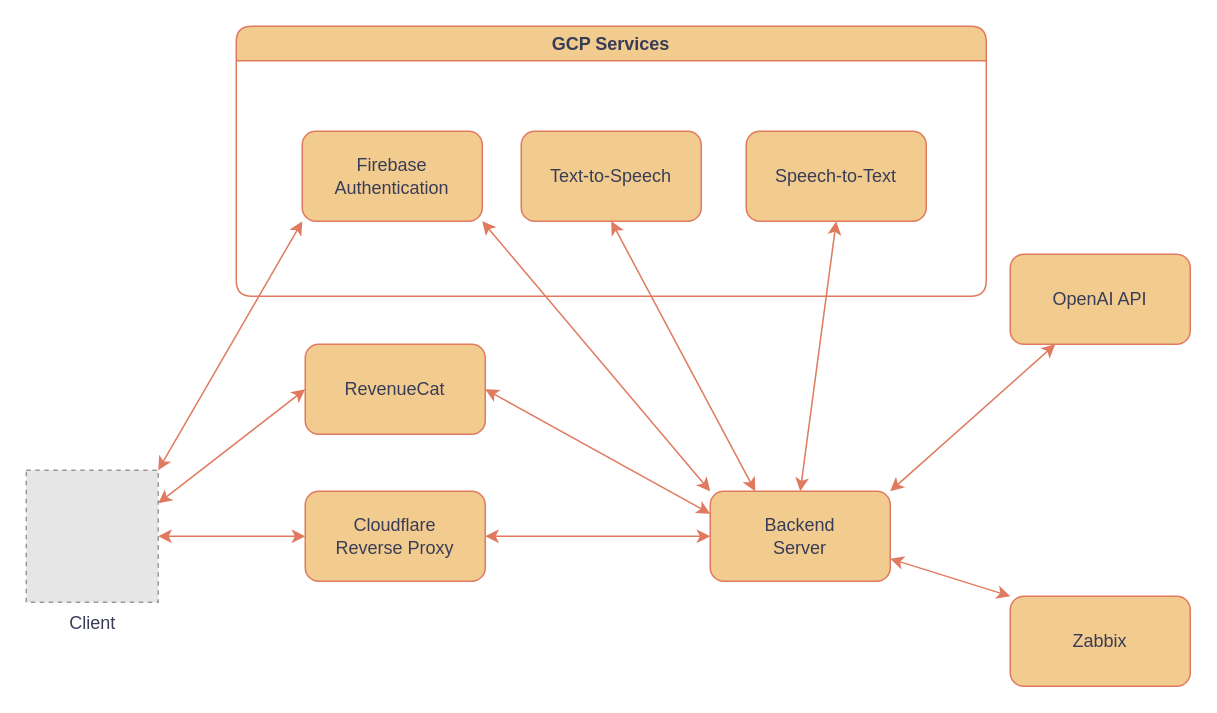
This is docs/my_applications/AI_Voice_Talk/architecture.drawio from RYO1223/resume, a draw.io file, before an edit. Source tidied: cells renumbered, new cells numbered last; positions are measured from the earlier drawing's top-left corner, leaving out a move shared by most shapes. Both pictures are drawn from the tidied source at 150%, with x=0, y=0 at pixel (26, 26). Pictures stored in the file or linked from it are replaced by grey dashed boxes.
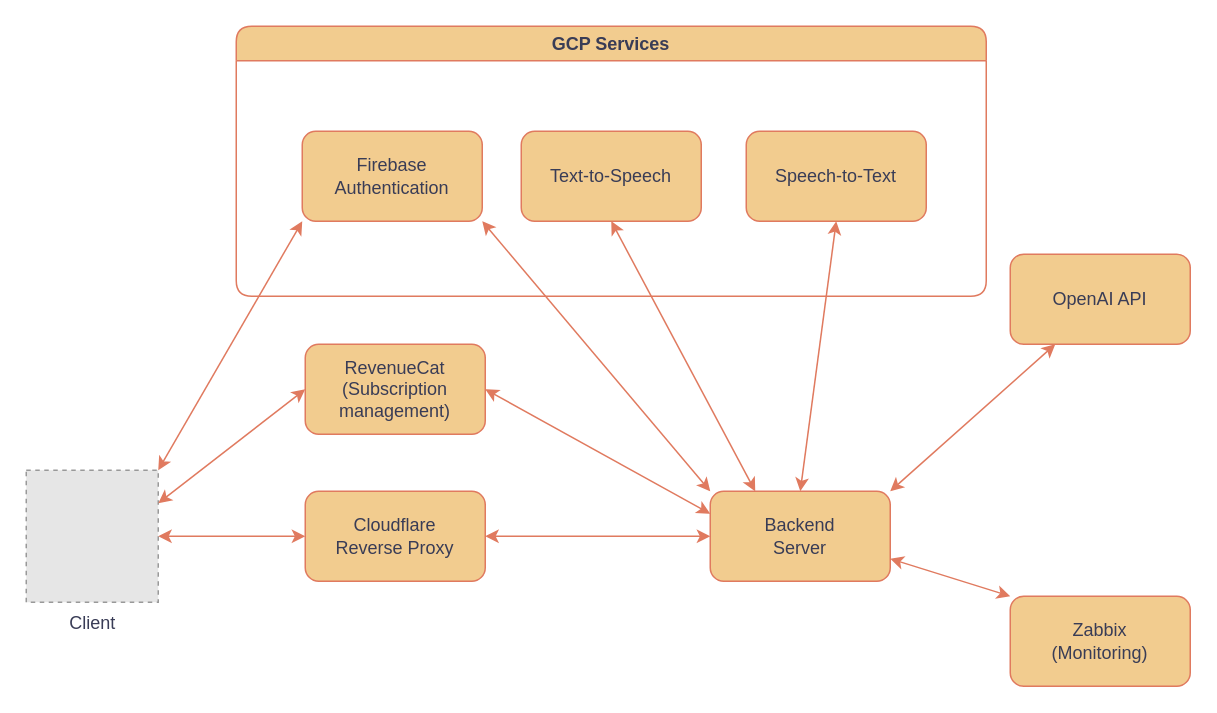
Above is the later version.

Commit message:
architecture.drawio を更新します

Change to the diagram source:
```diff
@@
-    <mxCell id="2" value="RevenueCat" style="rounded=1;whiteSpace=wrap;html=1;labelBackgroundColor=none;fillColor=#F2CC8F;strokeColor=#E07A5F;fontColor=#393C56;" parent="1" vertex="1">
+    <mxCell id="2" value="RevenueCat&lt;br&gt;(Subscription&lt;br&gt;management)" style="rounded=1;whiteSpace=wrap;html=1;labelBackgroundColor=none;fillColor=#F2CC8F;strokeColor=#E07A5F;fontColor=#393C56;" parent="1" vertex="1">
       <mxGeometry x="186" y="212" width="120" height="60" as="geometry" />
     </mxCell>
@@
-    <mxCell id="20" value="Zabbix" style="rounded=1;whiteSpace=wrap;html=1;labelBackgroundColor=none;fillColor=#F2CC8F;strokeColor=#E07A5F;fontColor=#393C56;" parent="1" vertex="1">
+    <mxCell id="20" value="Zabbix&lt;br&gt;(Monitoring)" style="rounded=1;whiteSpace=wrap;html=1;labelBackgroundColor=none;fillColor=#F2CC8F;strokeColor=#E07A5F;fontColor=#393C56;" parent="1" vertex="1">
       <mxGeometry x="656" y="380" width="120" height="60" as="geometry" />
     </mxCell>
```
